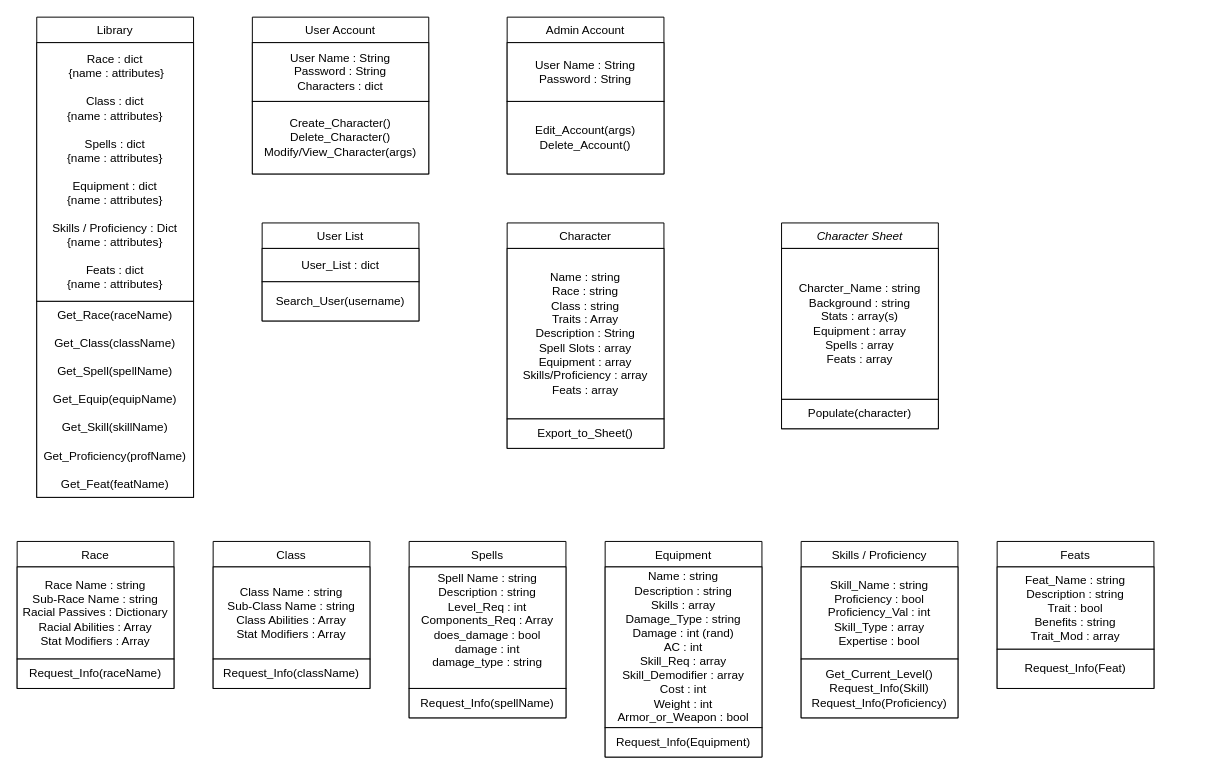
This is project_backend/D3_Class_Diagram.drawio from cloudandr0id/DNDCharacterCreation, a draw.io file, before an edit. Source tidied: cells renumbered, new cells numbered last; positions are measured from the earlier drawing's top-left corner, leaving out a move shared by most shapes. Both pictures are drawn from the tidied source at 98%, with x=0, y=0 at pixel (17, 17).
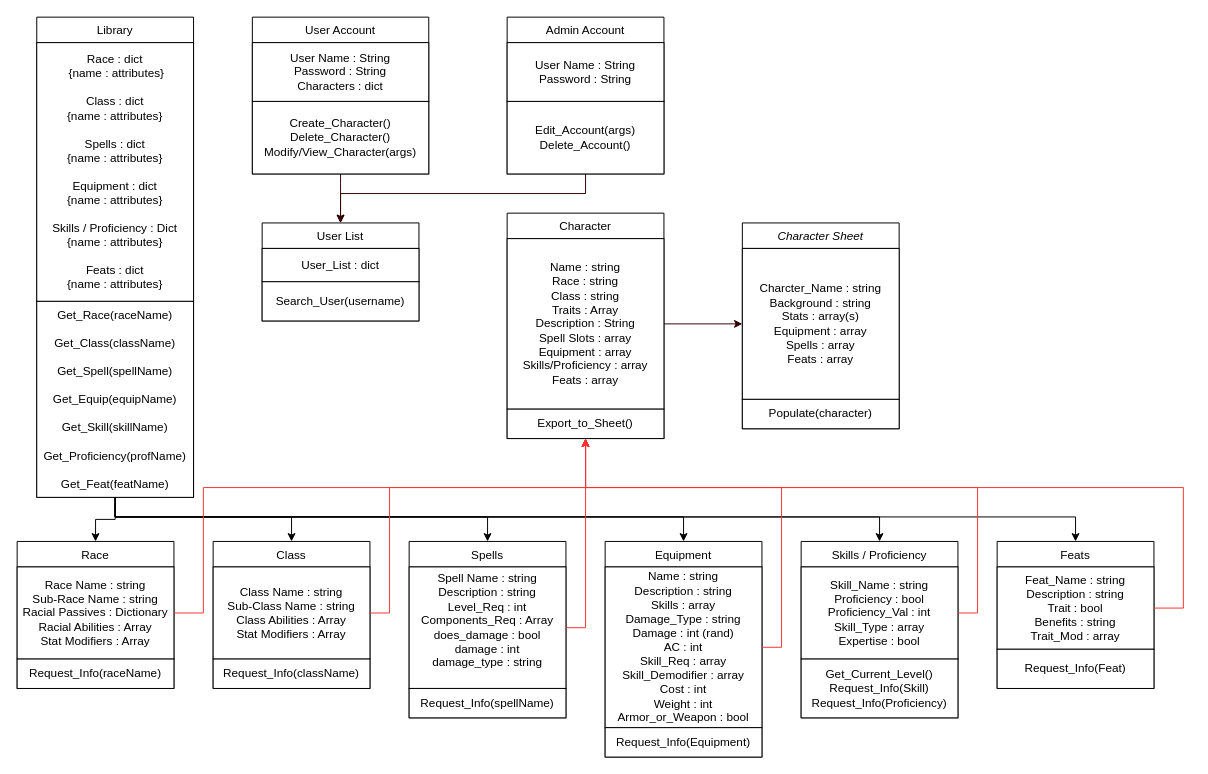
After the change.

Unchanged cells that the change refers to:
```xml
<mxCell id="3" value="&lt;div&gt;Charcter_Name : string&lt;/div&gt;&lt;div&gt;Background : string&lt;/div&gt;&lt;div&gt;Stats : array(s)&lt;/div&gt;&lt;div&gt;Equipment : array&lt;/div&gt;&lt;div&gt;Spells : array&lt;/div&gt;&lt;div&gt;Feats : array&lt;br&gt;&lt;/div&gt;" style="whiteSpace=wrap;html=1;" parent="2" vertex="1">
  <mxGeometry y="26" width="160" height="154" as="geometry" />
</mxCell>
<mxCell id="5" value="Race" style="swimlane;fontStyle=0;align=center;verticalAlign=top;horizontal=1;startSize=26;rounded=0;shadow=0;strokeWidth=1;" parent="1" vertex="1">
  <mxGeometry y="535" width="160" height="150" as="geometry" />
</mxCell>
<mxCell id="6" value="&lt;div&gt;Race Name : string&lt;/div&gt;&lt;div&gt;Sub-Race Name : string&lt;/div&gt;&lt;div&gt;Racial Passives : Dictionary&lt;br&gt;&lt;/div&gt;&lt;div&gt;Racial Abilities : Array&lt;/div&gt;&lt;div&gt;Stat Modifiers : Array&lt;br&gt;&lt;/div&gt;" style="whiteSpace=wrap;html=1;" parent="5" vertex="1">
  <mxGeometry y="26" width="160" height="94" as="geometry" />
</mxCell>
<mxCell id="10" value="&lt;div&gt;Get_Race(raceName)&lt;/div&gt;&lt;div&gt;&lt;br&gt;&lt;/div&gt;&lt;div&gt;Get_Class(className)&lt;/div&gt;&lt;div&gt;&lt;br&gt;&lt;/div&gt;&lt;div&gt;Get_Spell(spellName)&lt;/div&gt;&lt;div&gt;&lt;br&gt;&lt;/div&gt;&lt;div&gt;Get_Equip(equipName)&lt;/div&gt;&lt;div&gt;&lt;br&gt;&lt;/div&gt;&lt;div&gt;Get_Skill(skillName)&lt;/div&gt;&lt;div&gt;&lt;br&gt;&lt;/div&gt;&lt;div&gt;Get_Proficiency(profName)&lt;/div&gt;&lt;div&gt;&lt;br&gt;&lt;/div&gt;&lt;div&gt;Get_Feat(featName)&lt;br&gt;&lt;/div&gt;" style="rounded=0;whiteSpace=wrap;html=1;" parent="8" vertex="1">
  <mxGeometry y="290" width="160" height="200" as="geometry" />
</mxCell>
<mxCell id="11" value="Class" style="swimlane;fontStyle=0;align=center;verticalAlign=top;horizontal=1;startSize=26;rounded=0;shadow=0;strokeWidth=1;" parent="1" vertex="1">
  <mxGeometry x="200" y="535" width="160" height="150" as="geometry" />
</mxCell>
<mxCell id="12" value="&lt;div&gt;Class Name : string&lt;/div&gt;&lt;div&gt;Sub-Class Name : string&lt;/div&gt;&lt;div&gt;Class Abilities : Array&lt;/div&gt;&lt;div&gt;Stat Modifiers : Array&lt;br&gt;&lt;/div&gt;" style="whiteSpace=wrap;html=1;" parent="11" vertex="1">
  <mxGeometry y="26" width="160" height="94" as="geometry" />
</mxCell>
<mxCell id="14" value="Spells" style="swimlane;fontStyle=0;align=center;verticalAlign=top;horizontal=1;startSize=26;rounded=0;shadow=0;strokeWidth=1;" parent="1" vertex="1">
  <mxGeometry x="400" y="535" width="160" height="180" as="geometry" />
</mxCell>
<mxCell id="15" value="&lt;div&gt;Spell Name : string&lt;/div&gt;&lt;div&gt;Description : string&lt;/div&gt;&lt;div&gt;Level_Req : int&lt;/div&gt;&lt;div&gt;Components_Req : Array&lt;/div&gt;&lt;div&gt;does_damage : bool&lt;/div&gt;&lt;div&gt;damage : int&lt;/div&gt;&lt;div&gt;damage_type : string&lt;br&gt;&lt;/div&gt;&lt;div&gt;&lt;br&gt;&lt;/div&gt;" style="rounded=0;whiteSpace=wrap;html=1;" parent="14" vertex="1">
  <mxGeometry y="26" width="160" height="124" as="geometry" />
</mxCell>
<mxCell id="17" value="Equipment&#10;" style="swimlane;fontStyle=0;align=center;verticalAlign=top;horizontal=1;startSize=26;rounded=0;shadow=0;strokeWidth=1;" parent="1" vertex="1">
  <mxGeometry x="600" y="535" width="160" height="220" as="geometry" />
</mxCell>
<mxCell id="18" value="&lt;div&gt;Name : string&lt;/div&gt;&lt;div&gt;Description : string&lt;/div&gt;&lt;div&gt;Skills : array&lt;/div&gt;&lt;div&gt;Damage_Type : string&lt;/div&gt;&lt;div&gt;Damage : int (rand)&lt;/div&gt;&lt;div&gt;AC : int&lt;/div&gt;&lt;div&gt;Skill_Req : array&lt;/div&gt;&lt;div&gt;Skill_Demodifier : array&lt;/div&gt;&lt;div&gt;Cost : int&lt;br&gt;&lt;/div&gt;&lt;div&gt;Weight : int&lt;/div&gt;&lt;div&gt;Armor_or_Weapon : bool&lt;br&gt;&lt;/div&gt;" style="rounded=0;whiteSpace=wrap;html=1;" parent="17" vertex="1">
  <mxGeometry y="26" width="160" height="164" as="geometry" />
</mxCell>
<mxCell id="22" value="&lt;div&gt;Create_Character()&lt;/div&gt;&lt;div&gt;Delete_Character()&lt;/div&gt;&lt;div&gt;Modify/View_Character(args)&lt;br&gt;&lt;/div&gt;" style="rounded=0;whiteSpace=wrap;html=1;" parent="20" vertex="1">
  <mxGeometry y="86" width="180" height="74" as="geometry" />
</mxCell>
<mxCell id="25" value="&lt;div&gt;Edit_Account(args)&lt;/div&gt;&lt;div&gt;Delete_Account()&lt;br&gt;&lt;/div&gt;" style="rounded=0;whiteSpace=wrap;html=1;" parent="23" vertex="1">
  <mxGeometry y="86" width="160" height="74" as="geometry" />
</mxCell>
<mxCell id="26" value="User List" style="swimlane;fontStyle=0;align=center;verticalAlign=top;horizontal=1;startSize=26;rounded=0;shadow=0;strokeWidth=1;" parent="1" vertex="1">
  <mxGeometry x="250" y="210" width="160" height="100" as="geometry" />
</mxCell>
<mxCell id="30" value="&lt;div&gt;Name : string&lt;/div&gt;&lt;div&gt;Race : string&lt;/div&gt;&lt;div&gt;Class : string&lt;/div&gt;&lt;div&gt;Traits : Array&lt;/div&gt;&lt;div&gt;Description : String&lt;/div&gt;&lt;div&gt;Spell Slots : array&lt;br&gt;&lt;/div&gt;&lt;div&gt;Equipment : array&lt;/div&gt;&lt;div&gt;Skills/Proficiency : array&lt;br&gt;&lt;/div&gt;&lt;div&gt;Feats : array&lt;br&gt;&lt;/div&gt;" style="whiteSpace=wrap;html=1;" parent="29" vertex="1">
  <mxGeometry y="26" width="160" height="174" as="geometry" />
</mxCell>
<mxCell id="32" value="Skills / Proficiency&#10;" style="swimlane;fontStyle=0;align=center;verticalAlign=top;horizontal=1;startSize=26;rounded=0;shadow=0;strokeWidth=1;" parent="1" vertex="1">
  <mxGeometry x="800" y="535" width="160" height="180" as="geometry" />
</mxCell>
<mxCell id="33" value="&lt;div&gt;Skill_Name : string&lt;/div&gt;&lt;div&gt;Proficiency : bool&lt;/div&gt;&lt;div&gt;Proficiency_Val : int&lt;/div&gt;&lt;div&gt;Skill_Type : array&lt;/div&gt;&lt;div&gt;Expertise : bool&lt;br&gt;&lt;/div&gt;" style="whiteSpace=wrap;html=1;" parent="32" vertex="1">
  <mxGeometry y="26" width="160" height="94" as="geometry" />
</mxCell>
<mxCell id="35" value="Feats" style="swimlane;fontStyle=0;align=center;verticalAlign=top;horizontal=1;startSize=26;rounded=0;shadow=0;strokeWidth=1;" parent="1" vertex="1">
  <mxGeometry x="1000" y="535" width="160" height="150" as="geometry" />
</mxCell>
<mxCell id="36" value="&lt;div&gt;Feat_Name : string&lt;/div&gt;&lt;div&gt;Description : string&lt;/div&gt;&lt;div&gt;Trait : bool&lt;/div&gt;&lt;div&gt;Benefits : string&lt;/div&gt;&lt;div&gt;Trait_Mod : array&lt;br&gt;&lt;/div&gt;" style="whiteSpace=wrap;html=1;" parent="35" vertex="1">
  <mxGeometry y="26" width="160" height="84" as="geometry" />
</mxCell>
```

The edit, as a diff of the source:
```diff
@@
     <mxCell id="2" value="Character Sheet" style="swimlane;fontStyle=2;align=center;verticalAlign=top;horizontal=1;startSize=26;rounded=0;shadow=0;strokeWidth=1;" parent="1" vertex="1">
-      <mxGeometry x="780" y="210" width="160" height="210" as="geometry" />
+      <mxGeometry x="740" y="210" width="160" height="210" as="geometry" />
     </mxCell>
@@
     <mxCell id="29" value="Character" style="swimlane;fontStyle=0;align=center;verticalAlign=top;horizontal=1;startSize=26;rounded=0;shadow=0;strokeWidth=1;" parent="1" vertex="1">
-      <mxGeometry x="500" y="210" width="160" height="230" as="geometry" />
+      <mxGeometry x="500" y="200" width="160" height="230" as="geometry" />
     </mxCell>
@@
+    <mxCell id="38" style="edgeStyle=orthogonalEdgeStyle;rounded=0;jettySize=auto;html=1;entryX=0;entryY=0.5;entryDx=0;entryDy=0;strokeColor=#330000;" parent="1" edge="1" source="30" target="3">
+      <mxGeometry relative="1" as="geometry" />
+    </mxCell>
+    <mxCell id="39" style="edgeStyle=orthogonalEdgeStyle;rounded=0;jettySize=auto;html=1;entryX=0.5;entryY=0;entryDx=0;entryDy=0;exitX=0.5;exitY=1;exitDx=0;exitDy=0;" parent="1" edge="1" source="10" target="5">
+      <mxGeometry relative="1" as="geometry" />
+    </mxCell>
+    <mxCell id="40" style="edgeStyle=orthogonalEdgeStyle;rounded=0;jettySize=auto;html=1;entryX=0.5;entryY=0;entryDx=0;entryDy=0;" parent="1" edge="1" source="10" target="11">
+      <mxGeometry relative="1" as="geometry">
+        <Array as="points">
+          <mxPoint x="100" y="510" />
+          <mxPoint x="280" y="510" />
+        </Array>
+      </mxGeometry>
+    </mxCell>
+    <mxCell id="41" style="edgeStyle=orthogonalEdgeStyle;rounded=0;jettySize=auto;html=1;entryX=0.5;entryY=0;entryDx=0;entryDy=0;" parent="1" edge="1" source="10" target="14">
+      <mxGeometry relative="1" as="geometry">
+        <Array as="points">
+          <mxPoint x="100" y="510" />
+          <mxPoint x="480" y="510" />
+        </Array>
+      </mxGeometry>
+    </mxCell>
+    <mxCell id="42" style="edgeStyle=orthogonalEdgeStyle;rounded=0;jettySize=auto;html=1;entryX=0.5;entryY=0;entryDx=0;entryDy=0;" parent="1" edge="1" source="10" target="17">
+      <mxGeometry relative="1" as="geometry">
+        <Array as="points">
+          <mxPoint x="100" y="510" />
+          <mxPoint x="680" y="510" />
+        </Array>
+      </mxGeometry>
+    </mxCell>
+    <mxCell id="43" style="edgeStyle=orthogonalEdgeStyle;rounded=0;jettySize=auto;html=1;entryX=0.5;entryY=0;entryDx=0;entryDy=0;" parent="1" edge="1" source="10" target="32">
+      <mxGeometry relative="1" as="geometry">
+        <Array as="points">
+          <mxPoint x="100" y="510" />
+          <mxPoint x="880" y="510" />
+        </Array>
+      </mxGeometry>
+    </mxCell>
+    <mxCell id="44" style="edgeStyle=orthogonalEdgeStyle;rounded=0;jettySize=auto;html=1;entryX=0.5;entryY=0;entryDx=0;entryDy=0;" parent="1" edge="1" source="10" target="35">
+      <mxGeometry relative="1" as="geometry">
+        <Array as="points">
+          <mxPoint x="100" y="510" />
+          <mxPoint x="1080" y="510" />
+        </Array>
+      </mxGeometry>
+    </mxCell>
+    <mxCell id="45" style="edgeStyle=orthogonalEdgeStyle;rounded=0;jettySize=auto;html=1;entryX=0.5;entryY=1;entryDx=0;entryDy=0;strokeColor=#FF3333;" parent="1" edge="1" source="6" target="29">
+      <mxGeometry relative="1" as="geometry">
+        <Array as="points">
+          <mxPoint x="190" y="608" />
+          <mxPoint x="190" y="480" />
+          <mxPoint x="580" y="480" />
+        </Array>
+      </mxGeometry>
+    </mxCell>
+    <mxCell id="46" style="edgeStyle=orthogonalEdgeStyle;rounded=0;jettySize=auto;html=1;entryX=0.5;entryY=1;entryDx=0;entryDy=0;strokeColor=#FF3333;" parent="1" edge="1" source="12" target="29">
+      <mxGeometry relative="1" as="geometry">
+        <Array as="points">
+          <mxPoint x="380" y="608" />
+          <mxPoint x="380" y="480" />
+          <mxPoint x="580" y="480" />
+        </Array>
+      </mxGeometry>
+    </mxCell>
+    <mxCell id="47" style="edgeStyle=orthogonalEdgeStyle;rounded=0;jettySize=auto;html=1;entryX=0.5;entryY=1;entryDx=0;entryDy=0;strokeColor=#FF3333;exitX=1;exitY=0.5;exitDx=0;exitDy=0;" parent="1" edge="1" source="15" target="29">
+      <mxGeometry relative="1" as="geometry">
+        <Array as="points">
+          <mxPoint x="580" y="623" />
+        </Array>
+      </mxGeometry>
+    </mxCell>
+    <mxCell id="48" style="edgeStyle=orthogonalEdgeStyle;rounded=0;jettySize=auto;html=1;entryX=0.5;entryY=1;entryDx=0;entryDy=0;strokeColor=#FF3333;" parent="1" edge="1" source="18" target="29">
+      <mxGeometry relative="1" as="geometry">
+        <Array as="points">
+          <mxPoint x="780" y="643" />
+          <mxPoint x="780" y="480" />
+          <mxPoint x="580" y="480" />
+        </Array>
+      </mxGeometry>
+    </mxCell>
+    <mxCell id="49" style="edgeStyle=orthogonalEdgeStyle;rounded=0;jettySize=auto;html=1;entryX=0.5;entryY=1;entryDx=0;entryDy=0;strokeColor=#FF3333;" parent="1" edge="1" source="33" target="29">
+      <mxGeometry relative="1" as="geometry">
+        <Array as="points">
+          <mxPoint x="980" y="608" />
+          <mxPoint x="980" y="480" />
+          <mxPoint x="580" y="480" />
+        </Array>
+      </mxGeometry>
+    </mxCell>
+    <mxCell id="50" style="edgeStyle=orthogonalEdgeStyle;rounded=0;jettySize=auto;html=1;entryX=0.5;entryY=1;entryDx=0;entryDy=0;strokeColor=#FF3333;" parent="1" edge="1" source="36" target="29">
+      <mxGeometry relative="1" as="geometry">
+        <Array as="points">
+          <mxPoint x="1190" y="603" />
+          <mxPoint x="1190" y="480" />
+          <mxPoint x="580" y="480" />
+        </Array>
+      </mxGeometry>
+    </mxCell>
+    <mxCell id="51" style="edgeStyle=orthogonalEdgeStyle;rounded=0;jettySize=auto;html=1;entryX=0.5;entryY=0;entryDx=0;entryDy=0;strokeColor=#330000;" parent="1" edge="1" source="22" target="26">
+      <mxGeometry relative="1" as="geometry">
+        <Array as="points">
+          <mxPoint x="330" y="170" />
+          <mxPoint x="330" y="170" />
+        </Array>
+      </mxGeometry>
+    </mxCell>
+    <mxCell id="52" style="edgeStyle=orthogonalEdgeStyle;rounded=0;jettySize=auto;html=1;strokeColor=#330000;entryX=0.5;entryY=0;entryDx=0;entryDy=0;" parent="1" edge="1" source="25" target="26">
+      <mxGeometry relative="1" as="geometry">
+        <Array as="points">
+          <mxPoint x="580" y="180" />
+          <mxPoint x="330" y="180" />
+        </Array>
+      </mxGeometry>
+    </mxCell>
```
